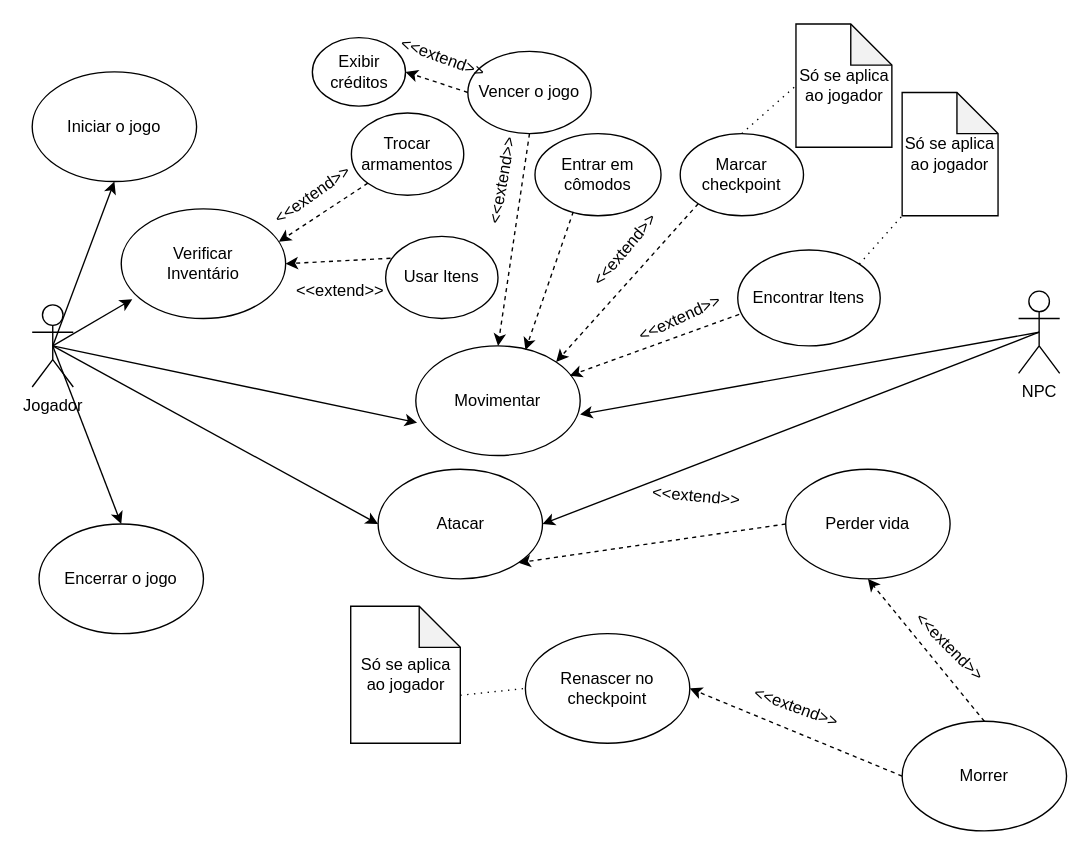
The draw.io diagram Caso de uso.drawio in Thifany-Nicastro/Sky-Ashes, before the edit. Source tidied: cells renumbered, new cells numbered last; positions are measured from the earlier drawing's top-left corner, leaving out a move shared by most shapes. Both pictures are drawn from the tidied source at 137%, with x=0, y=0 at pixel (32, 23).
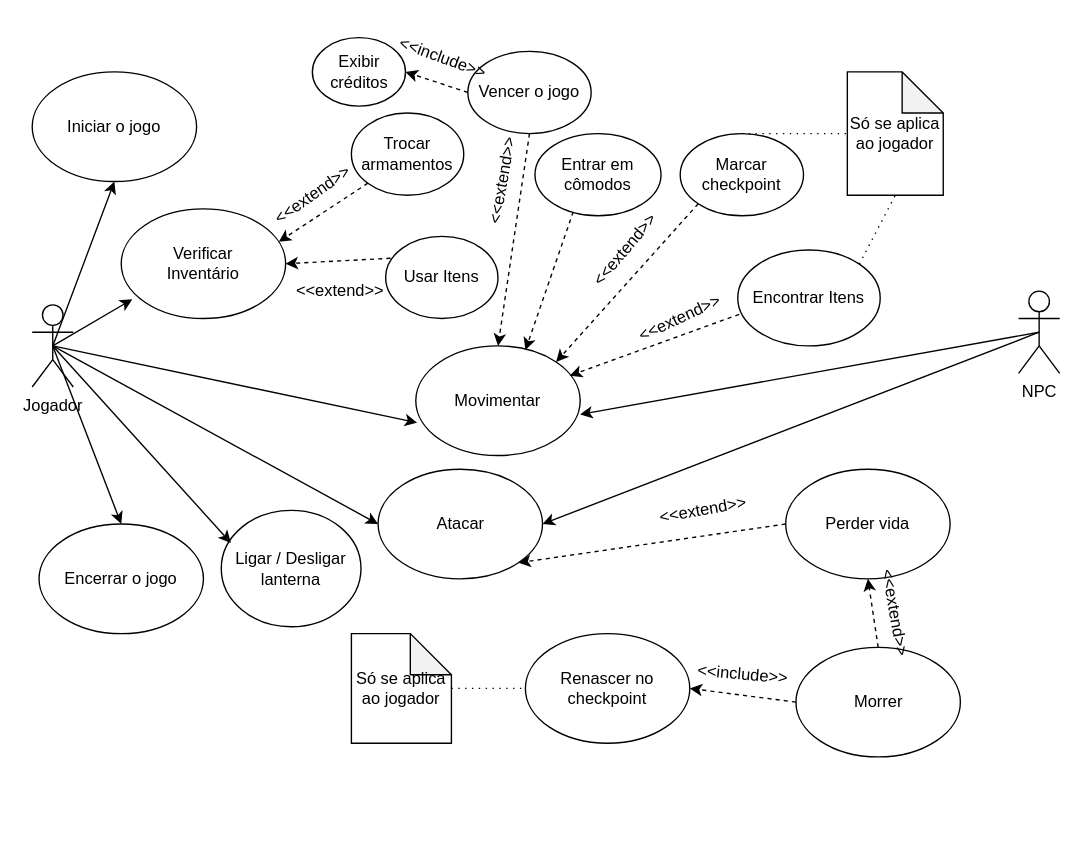
The same page after the edit.

The change refers to these unchanged cells:
```xml
<mxCell id="19" value="Renascer no checkpoint" style="ellipse;whiteSpace=wrap;html=1;" parent="1" vertex="1">
  <mxGeometry x="360" y="445" width="120" height="80" as="geometry" />
</mxCell>
<mxCell id="44" value="Encontrar Itens" style="ellipse;whiteSpace=wrap;html=1;" parent="1" vertex="1">
  <mxGeometry x="515" y="165" width="104" height="70" as="geometry" />
</mxCell>
```

Change to the diagram source:
```diff
@@
     <mxCell id="14" value="Morrer" style="ellipse;whiteSpace=wrap;html=1;" parent="1" vertex="1">
-      <mxGeometry x="635" y="509" width="120" height="80" as="geometry" />
+      <mxGeometry x="557.5" y="455" width="120" height="80" as="geometry" />
     </mxCell>
@@
     <mxCell id="22" value="Só se aplica ao jogador" style="shape=note;whiteSpace=wrap;html=1;backgroundOutline=1;darkOpacity=0.05;" parent="1" vertex="1">
-      <mxGeometry x="557.5" width="70" height="90" as="geometry" />
+      <mxGeometry x="595" y="35" width="70" height="90" as="geometry" />
     </mxCell>
@@
     <mxCell id="28" value="Só se aplica ao jogador" style="shape=note;whiteSpace=wrap;html=1;backgroundOutline=1;darkOpacity=0.05;" parent="1" vertex="1">
-      <mxGeometry x="232.5" y="425" width="80" height="100" as="geometry" />
+      <mxGeometry x="233" y="445" width="73" height="80" as="geometry" />
     </mxCell>
-    <mxCell id="29" style="endArrow=none;dashed=1;html=1;entryX=0;entryY=0.5;entryDx=0;entryDy=0;dashPattern=1 4;exitX=0;exitY=0;exitDx=80;exitDy=65;exitPerimeter=0;" parent="1" edge="1" source="28" target="19">
+    <mxCell id="29" style="endArrow=none;dashed=1;html=1;entryX=0;entryY=0.5;entryDx=0;entryDy=0;dashPattern=1 4;" parent="1" edge="1" source="28" target="19">
       <mxGeometry relative="1" as="geometry" />
     </mxCell>
-    <mxCell id="30" value="&amp;lt;&amp;lt;extend&amp;gt;&amp;gt;" style="text;html=1;strokeColor=none;fillColor=none;align=center;verticalAlign=middle;whiteSpace=wrap;rounded=0;rotation=5;" parent="1" vertex="1">
-      <mxGeometry x="465" y="335" width="40" height="20" as="geometry" />
+    <mxCell id="30" value="&amp;lt;&amp;lt;extend&amp;gt;&amp;gt;" style="text;html=1;strokeColor=none;fillColor=none;align=center;verticalAlign=middle;whiteSpace=wrap;rounded=0;rotation=-10;" parent="1" vertex="1">
+      <mxGeometry x="470" y="345" width="40" height="20" as="geometry" />
     </mxCell>
@@
-    <mxCell id="33" value="&amp;lt;&amp;lt;extend&amp;gt;&amp;gt;" style="text;html=1;strokeColor=none;fillColor=none;align=center;verticalAlign=middle;whiteSpace=wrap;rounded=0;rotation=45;" parent="1" vertex="1">
-      <mxGeometry x="650" y="445" width="40" height="20" as="geometry" />
+    <mxCell id="33" value="&amp;lt;&amp;lt;extend&amp;gt;&amp;gt;" style="text;html=1;strokeColor=none;fillColor=none;align=center;verticalAlign=middle;whiteSpace=wrap;rounded=0;rotation=80;" parent="1" vertex="1">
+      <mxGeometry x="610" y="420" width="40" height="20" as="geometry" />
     </mxCell>
-    <mxCell id="34" value="&amp;lt;&amp;lt;extend&amp;gt;&amp;gt;" style="text;html=1;strokeColor=none;fillColor=none;align=center;verticalAlign=middle;whiteSpace=wrap;rounded=0;rotation=20;" parent="1" vertex="1">
-      <mxGeometry x="537.5" y="489" width="40" height="20" as="geometry" />
+    <mxCell id="34" value="&amp;lt;&amp;lt;include&amp;gt;&amp;gt;" style="text;html=1;strokeColor=none;fillColor=none;align=center;verticalAlign=middle;whiteSpace=wrap;rounded=0;rotation=5;" parent="1" vertex="1">
+      <mxGeometry x="499" y="465" width="40" height="20" as="geometry" />
     </mxCell>
-    <mxCell id="35" value="&amp;lt;&amp;lt;extend&amp;gt;&amp;gt;" style="text;html=1;strokeColor=none;fillColor=none;align=center;verticalAlign=middle;whiteSpace=wrap;rounded=0;rotation=20;" parent="1" vertex="1">
+    <mxCell id="35" value="&amp;lt;&amp;lt;include&amp;gt;&amp;gt;" style="text;html=1;strokeColor=none;fillColor=none;align=center;verticalAlign=middle;whiteSpace=wrap;rounded=0;rotation=20;" parent="1" vertex="1">
       <mxGeometry x="280" y="15" width="40" height="20" as="geometry" />
     </mxCell>
@@
-    <mxCell id="47" value="Só se aplica ao jogador" style="shape=note;whiteSpace=wrap;html=1;backgroundOutline=1;darkOpacity=0.05;" parent="1" vertex="1">
-      <mxGeometry x="635" y="50" width="70" height="90" as="geometry" />
-    </mxCell>
-    <mxCell id="48" style="endArrow=none;dashed=1;html=1;entryX=0;entryY=1;entryDx=0;entryDy=0;entryPerimeter=0;dashPattern=1 4;exitX=1;exitY=0;exitDx=0;exitDy=0;" parent="1" edge="1" source="44" target="47">
+    <mxCell id="48" style="endArrow=none;dashed=1;html=1;entryX=0.5;entryY=1;entryDx=0;entryDy=0;entryPerimeter=0;dashPattern=1 4;exitX=1;exitY=0;exitDx=0;exitDy=0;" parent="1" edge="1" source="44" target="22">
       <mxGeometry relative="1" as="geometry" />
     </mxCell>
@@
+    <mxCell id="51" value="Ligar / Desligar lanterna" style="ellipse;whiteSpace=wrap;html=1;" parent="1" vertex="1">
+      <mxGeometry x="138" y="355" width="102" height="85" as="geometry" />
+    </mxCell>
+    <mxCell id="52" style="endArrow=classic;html=1;entryX=0.069;entryY=0.28;entryDx=0;entryDy=0;entryPerimeter=0;" parent="1" edge="1" target="51">
+      <mxGeometry relative="1" as="geometry">
+        <mxPoint x="15" y="235" as="sourcePoint" />
+      </mxGeometry>
+    </mxCell>
```
